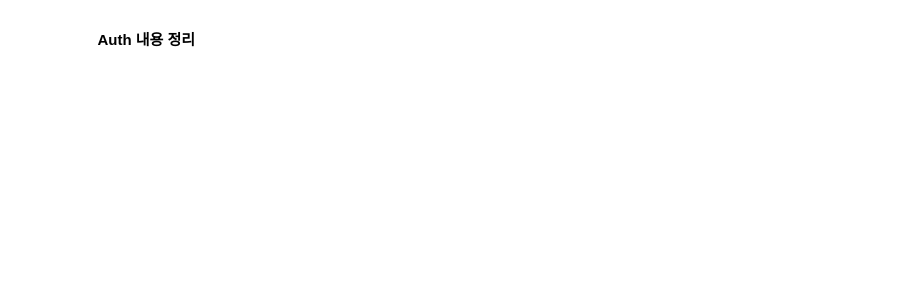
This is diagram/Auth.drawio from Jwoo0725/Ki, a draw.io file, before an edit. Source tidied: cells renumbered, new cells numbered last; positions are measured from the earlier drawing's top-left corner, leaving out a move shared by most shapes. Both pictures are drawn from the tidied source at 125%, with x=0, y=0 at pixel (21, 21).
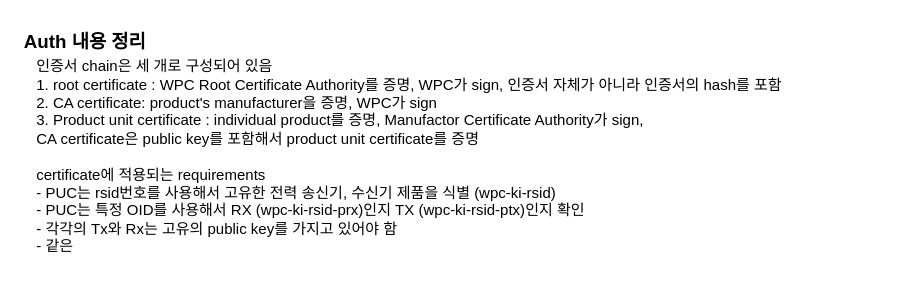
The same page after the edit.

The edit, as a diff of the source:
```diff
@@
 <mxGraphModel>
   <root>
     <mxCell id="0" />
     <mxCell id="1" parent="0" />
-    <mxCell id="2" value="Auth 내용 정리" style="text;html=1;whiteSpace=wrap;strokeColor=none;fillColor=none;align=center;verticalAlign=middle;rounded=0;fontStyle=1;" parent="1" vertex="1">
-      <mxGeometry width="200" height="30" as="geometry" />
+    <mxCell id="2" value="Auth 내용 정리" style="text;html=1;whiteSpace=wrap;strokeColor=none;fillColor=none;align=left;verticalAlign=middle;rounded=0;fontStyle=1;fontSize=15;" parent="1" vertex="1">
+      <mxGeometry width="120" height="30" as="geometry" />
     </mxCell>
+    <mxCell id="3" value="인증서 chain은 세 개로 구성되어 있음&lt;div&gt;1. root certificate : WPC Root Certificate Authority를 증명, WPC가 sign, 인증서 자체가 아니라 인증서의 hash를 포함&lt;/div&gt;&lt;div&gt;2. CA certificate: product's manufacturer을 증명, WPC가 sign&lt;/div&gt;&lt;div&gt;3. Product unit certificate : individual product를 증명, Manufactor Certificate Authority가 sign,&lt;/div&gt;&lt;div&gt;CA certificate은 public key를 포함해서 product unit certificate를 증명&lt;/div&gt;&lt;div&gt;&lt;br&gt;&lt;/div&gt;&lt;div&gt;certificate에 적용되는 requirements&lt;/div&gt;&lt;div&gt;- PUC는 rsid번호를 사용해서 고유한 전력 송신기, 수신기 제품을 식별 (wpc-ki-rsid)&lt;/div&gt;&lt;div&gt;- PUC는 특정 OID를 사용해서 RX&lt;span style=&quot;background-color: transparent; color: light-dark(rgb(0, 0, 0), rgb(255, 255, 255));&quot;&gt;&amp;nbsp;&lt;/span&gt;&lt;span style=&quot;background-color: transparent; color: light-dark(rgb(0, 0, 0), rgb(255, 255, 255));&quot;&gt;(wpc-ki-rsid-prx)&lt;/span&gt;&lt;span style=&quot;background-color: transparent; color: light-dark(rgb(0, 0, 0), rgb(255, 255, 255));&quot;&gt;인지 TX&lt;/span&gt;&lt;span style=&quot;background-color: transparent; color: light-dark(rgb(0, 0, 0), rgb(255, 255, 255));&quot;&gt;&amp;nbsp;&lt;/span&gt;&lt;span style=&quot;background-color: transparent; color: light-dark(rgb(0, 0, 0), rgb(255, 255, 255));&quot;&gt;(wpc-ki-rsid-ptx)&lt;/span&gt;&lt;span style=&quot;background-color: transparent; color: light-dark(rgb(0, 0, 0), rgb(255, 255, 255));&quot;&gt;인지 확인&lt;/span&gt;&lt;/div&gt;&lt;div&gt;- 각각의 Tx와 Rx는 고유의 public key를 가지고 있어야 함&lt;/div&gt;&lt;div&gt;- 같은&lt;/div&gt;&lt;div&gt;&lt;br&gt;&lt;/div&gt;" style="text;html=1;whiteSpace=wrap;strokeColor=none;fillColor=none;align=left;verticalAlign=middle;rounded=0;" parent="1" vertex="1">
+      <mxGeometry x="10" y="100" width="690" height="30" as="geometry" />
+    </mxCell>
   </root>
 </mxGraphModel>
```
